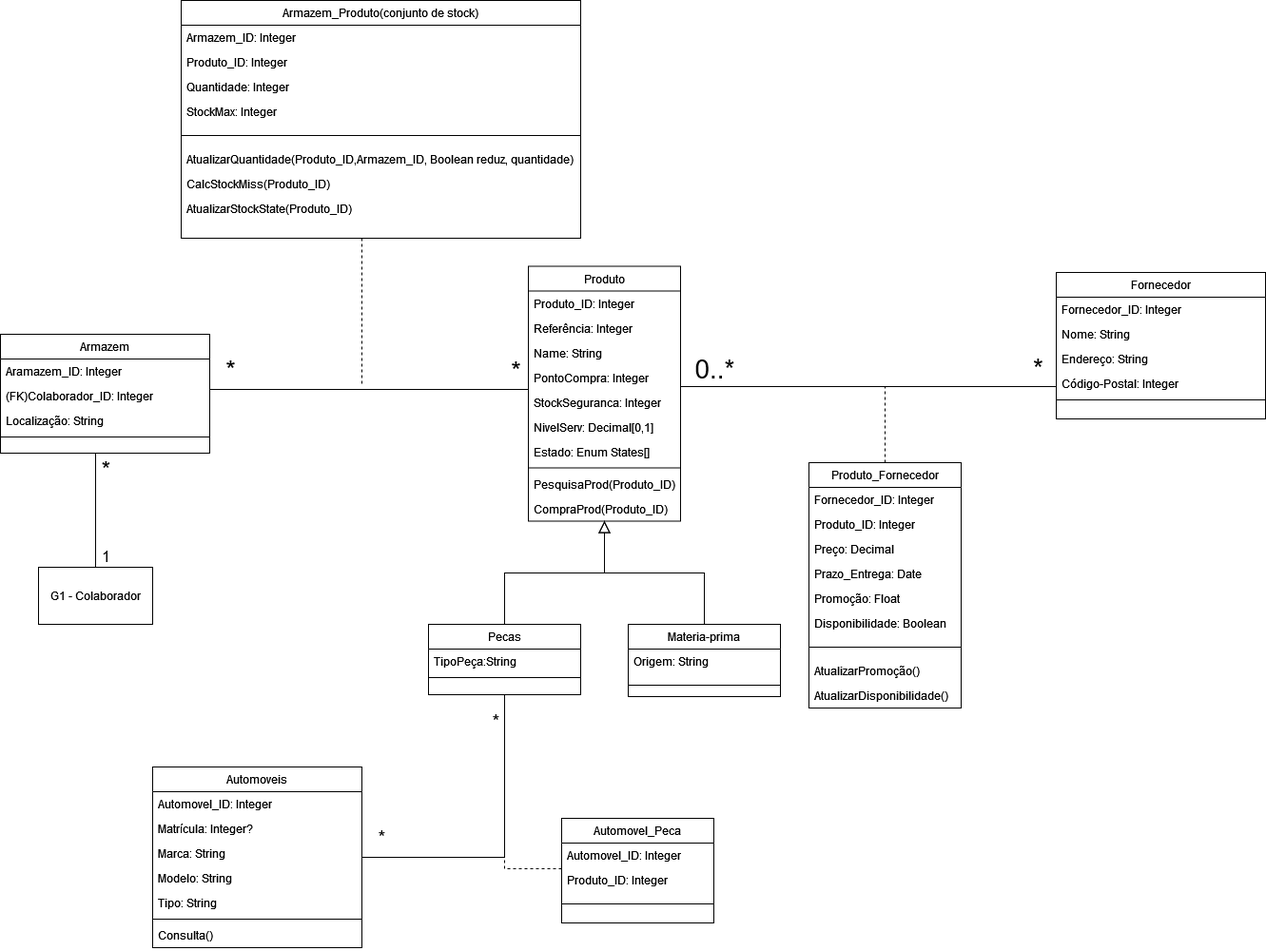
Above: wwwroot/documents/Grupo2/RicardoAndrade/DiagramaClasse_CompraFornecedor_RicardoAndrade_1705258.png in noellopes/CarManufactoring (draw.io), before the change. Source tidied: cells renumbered, new cells last; positions are measured from the earlier drawing's top-left corner, leaving out a move shared by most shapes.
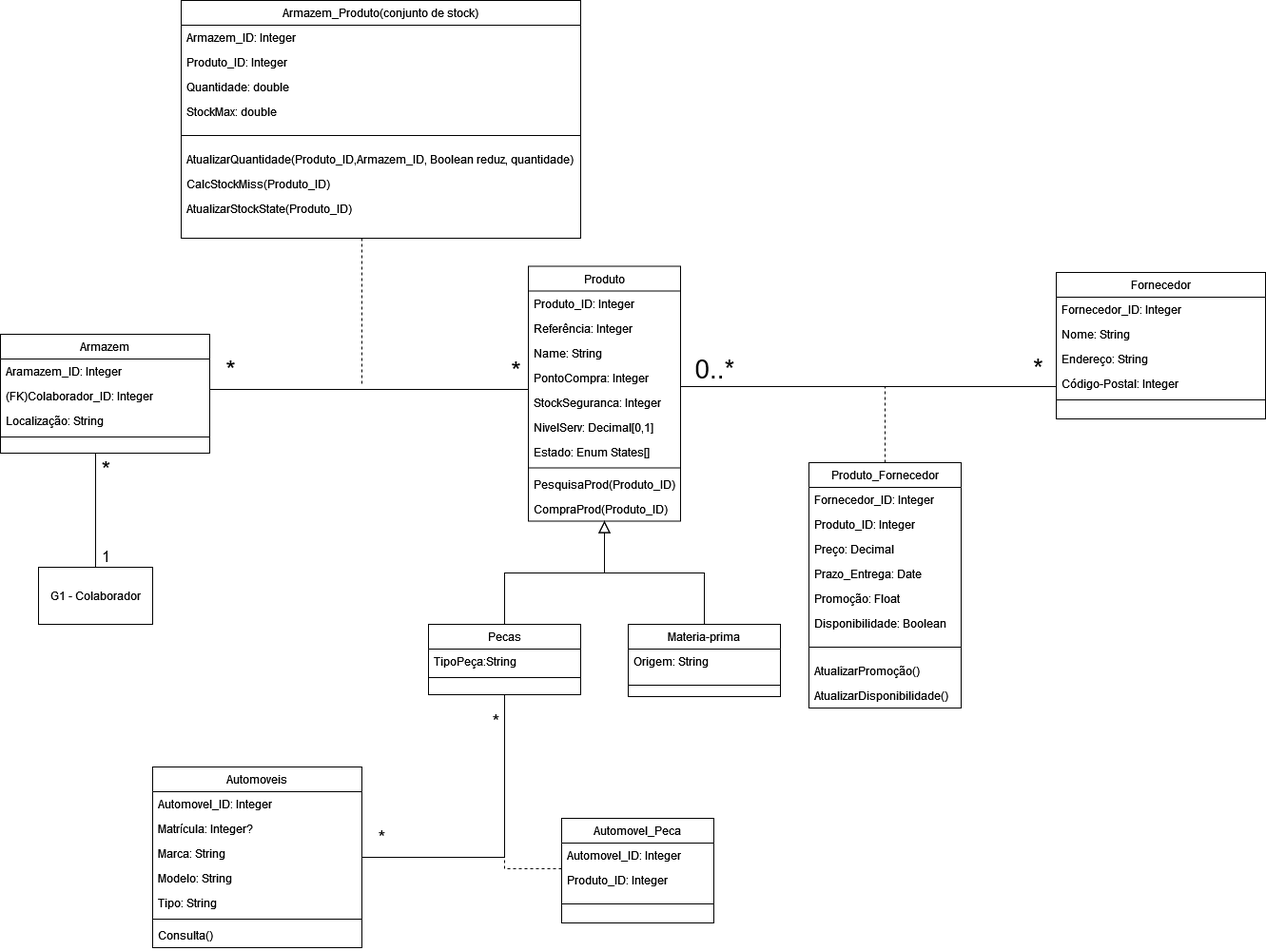
After the commit.

Diff of the diagram source:
```diff
@@ -181,10 +181,10 @@
     <mxCell id="52" value="Produto_ID: Integer" style="text;align=left;verticalAlign=top;spacingLeft=4;spacingRight=4;overflow=hidden;rounded=0;shadow=0;html=0;" parent="50" vertex="1">
       <mxGeometry y="52" width="420" height="26" as="geometry" />
     </mxCell>
-    <mxCell id="53" value="Quantidade: Integer" style="text;align=left;verticalAlign=top;spacingLeft=4;spacingRight=4;overflow=hidden;" parent="50" vertex="1">
+    <mxCell id="53" value="Quantidade: double" style="text;align=left;verticalAlign=top;spacingLeft=4;spacingRight=4;overflow=hidden;" parent="50" vertex="1">
       <mxGeometry y="78" width="420" height="26" as="geometry" />
     </mxCell>
-    <mxCell id="54" value="StockMax: Integer" style="text;align=left;verticalAlign=top;spacingLeft=4;spacingRight=4;overflow=hidden;" parent="50" vertex="1">
+    <mxCell id="54" value="StockMax: double" style="text;align=left;verticalAlign=top;spacingLeft=4;spacingRight=4;overflow=hidden;" parent="50" vertex="1">
       <mxGeometry y="104" width="420" height="26" as="geometry" />
     </mxCell>
     <mxCell id="55" style="line;html=1;strokeWidth=1;align=left;verticalAlign=middle;spacingTop=-1;spacingLeft=3;spacingRight=3;labelPosition=right;" parent="50" vertex="1">
```
